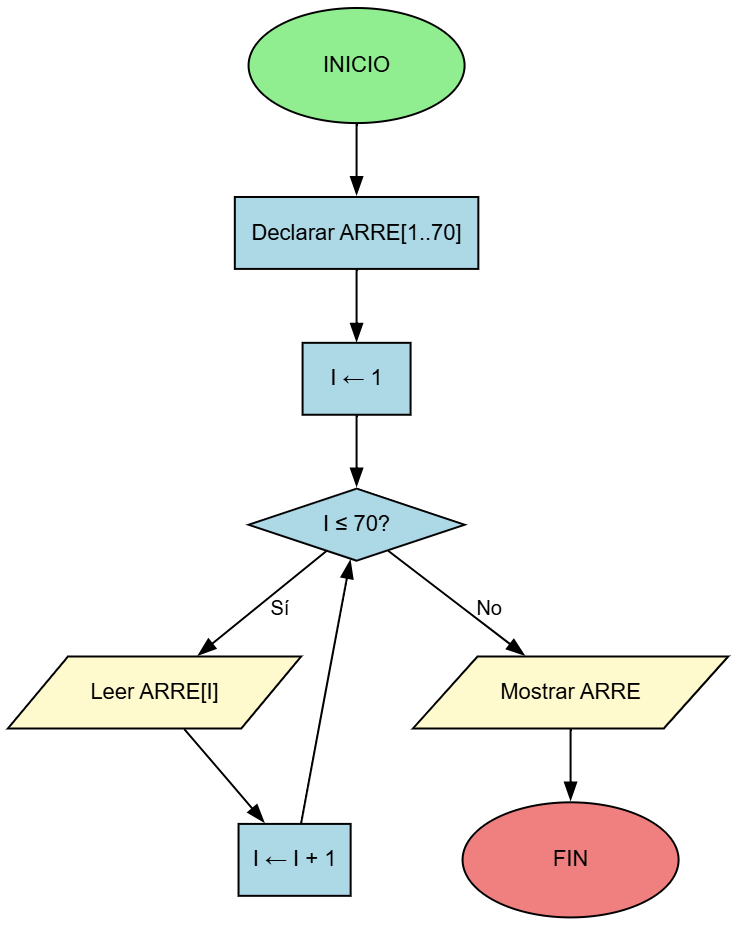
Above: images/ejemplo_4_3.png in D1egoXD/JAVA-TICS (Graphviz), before the change. Its source is kept beside it as diagramas/ejemplo_4_3.dot.
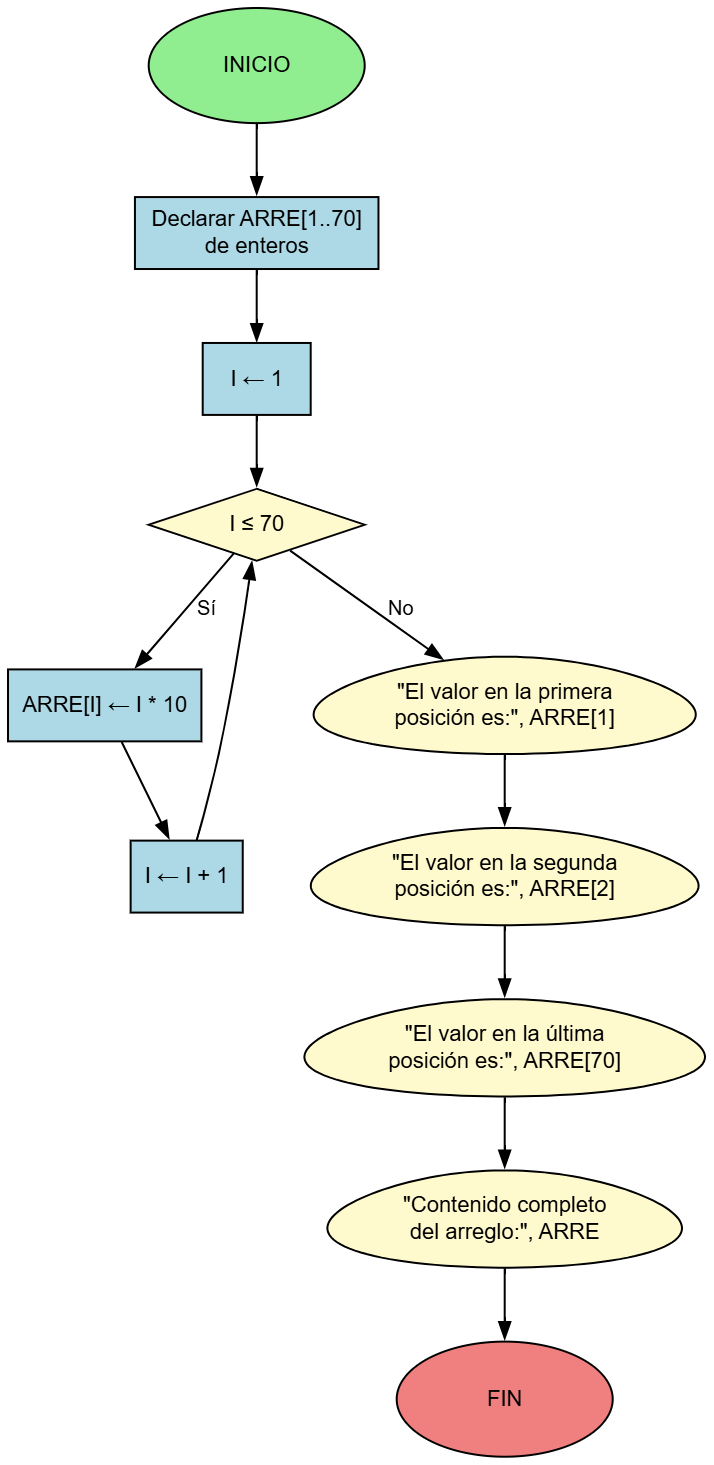
Later version of the same file.

Commit message:
Actualizar diagrama 4.3 con estructura completa y dos ciclos

What changed in the source:
```diff
@@ -5,28 +5,58 @@
 
     start [label="INICIO", shape=oval, fillcolor="#90EE90", style="filled", width=1.5, height=0.8];
 
-    declararArre [label="Declarar ARRE[1..70]", shape=rectangle, fillcolor="#ADD8E6", style="filled"];
+    nElementos [label="N_ELEMENTOS ← 70", shape=rectangle, fillcolor="#ADD8E6", style="filled"];
 
-    initI [label="I ← 1", shape=rectangle, fillcolor="#ADD8E6", style="filled"];
+    declararArre [label="Declarar ARRE[70]", shape=rectangle, fillcolor="#ADD8E6", style="filled"];
 
-    loopI [label="I ≤ 70?", shape=diamond, fillcolor="#ADD8E6", style="filled", width=1.5];
+    initI [label="I ← 0", shape=rectangle, fillcolor="#ADD8E6", style="filled"];
 
-    leerArre [label="Leer ARRE[I]", shape=parallelogram, fillcolor="#FFFACD", style="filled", skew=0.3];
+    loopI [label="I ≤ 69?", shape=diamond, fillcolor="#ADD8E6", style="filled", width=1.5];
+
+    asignar [label="ARRE[I] ← (I + 1) * 10", shape=rectangle, fillcolor="#ADD8E6", style="filled"];
 
     incI [label="I ← I + 1", shape=rectangle, fillcolor="#ADD8E6", style="filled"];
 
-    mostrarArre [label="Mostrar ARRE", shape=parallelogram, fillcolor="#FFFACD", style="filled", skew=0.3];
+    msgDemo [label="\"Demostración del\nEjemplo 4.3 - Arreglos\"", shape=egg, fillcolor="#FFFACD", style="filled"];
+
+    showFirst [label="\"Primer valor:\", ARRE[0]", shape=egg, fillcolor="#FFFACD", style="filled"];
+
+    showSecond [label="\"Segundo valor:\", ARRE[1]", shape=egg, fillcolor="#FFFACD", style="filled"];
+
+    showLast [label="\"Último valor:\", ARRE[69]", shape=egg, fillcolor="#FFFACD", style="filled"];
+
+    msgContent [label="\"Contenido del arreglo:\"", shape=egg, fillcolor="#FFFACD", style="filled"];
+
+    initJ [label="J ← 0", shape=rectangle, fillcolor="#ADD8E6", style="filled"];
+
+    loopJ [label="J ≤ 69?", shape=diamond, fillcolor="#ADD8E6", style="filled", width=1.5];
+
+    writeArreJ [label="Escribir ARRE[J]", shape=egg, fillcolor="#FFFACD", style="filled"];
+
+    incJ [label="J ← J + 1", shape=rectangle, fillcolor="#ADD8E6", style="filled"];
 
     end [label="FIN", shape=oval, fillcolor="#F08080", style="filled", width=1.5, height=0.8];
 
-    start -> declararArre;
+    start -> nElementos;
+    nElementos -> declararArre;
     declararArre -> initI;
     initI -> loopI;
 
-    loopI -> leerArre [label="Sí"];
-    leerArre -> incI;
+    loopI -> asignar [label="Sí"];
+    asignar -> incI;
     incI -> loopI;
 
-    loopI -> mostrarArre [label="No"];
-    mostrarArre -> end;
+    loopI -> msgDemo [label="No"];
+    msgDemo -> showFirst;
+    showFirst -> showSecond;
+    showSecond -> showLast;
+    showLast -> msgContent;
+
+    msgContent -> initJ;
+    initJ -> loopJ;
+    loopJ -> writeArreJ [label="Sí"];
+    writeArreJ -> incJ;
+    incJ -> loopJ;
+
+    loopJ -> end [label="No"];
 }
```
